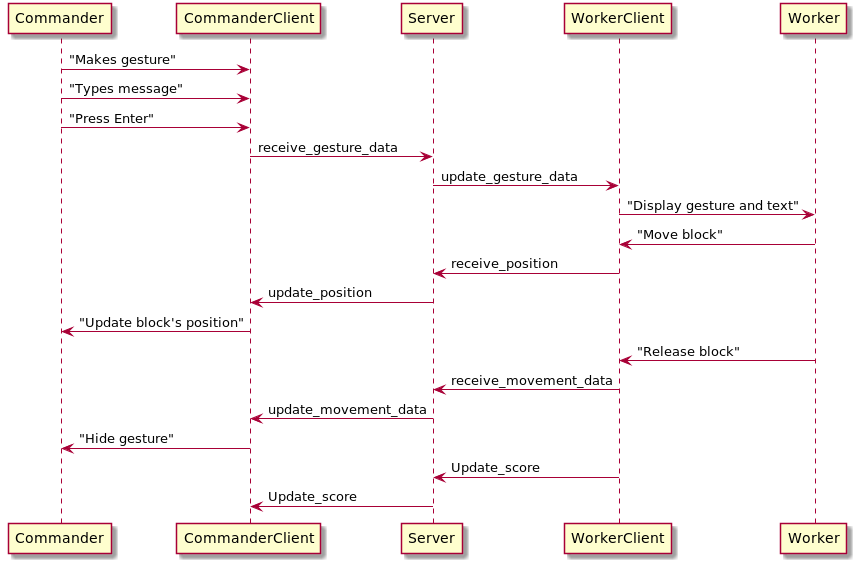
Before: docs/gameplay.png, a diagram exported from PlantUML (jcolemang/rhit-xprize-blocksworld).
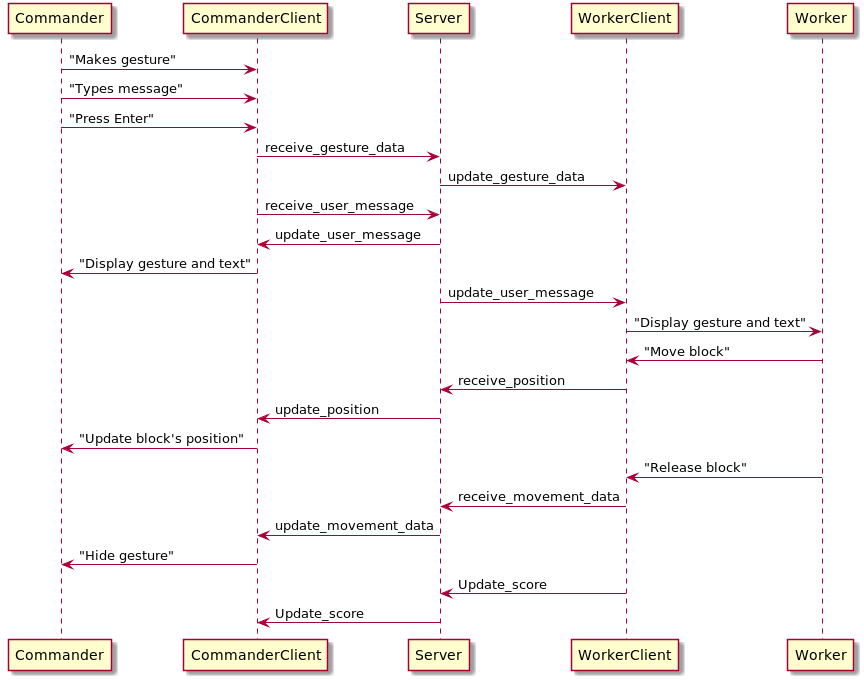
The same file after the commit.

Commit message:
Added missing step to sequence diagram.

The edit, as a diff of the source:
```diff
@@ -4,6 +4,10 @@
 Commander -> CommanderClient: "Press Enter"
 CommanderClient -> Server: receive_gesture_data
 Server -> WorkerClient: update_gesture_data
+CommanderClient -> Server: receive_user_message
+Server -> CommanderClient: update_user_message
+CommanderClient -> Commander: "Display gesture and text"
+Server -> WorkerClient: update_user_message
 WorkerClient -> Worker: "Display gesture and text"
 Worker -> WorkerClient: "Move block"
 WorkerClient -> Server: receive_position
```
